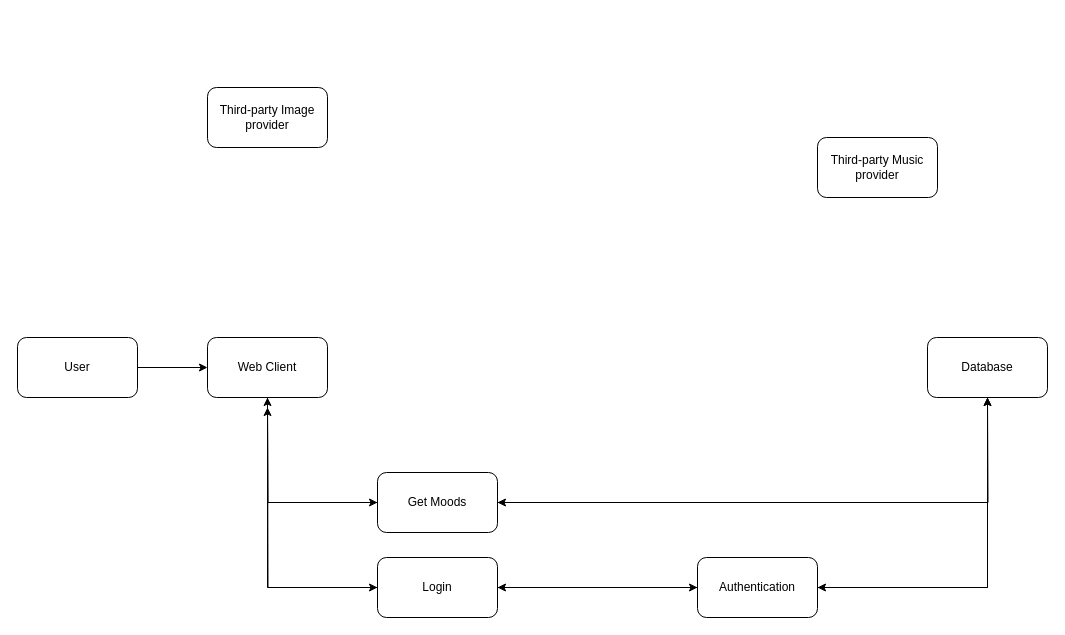
The draw.io diagram Untitled Diagram.drawio in Grrom/lofi-moods-erd-stuff, before the edit. Source tidied: cells renumbered, new cells numbered last; positions are measured from the earlier drawing's top-left corner, leaving out a move shared by most shapes. Both pictures are drawn from the tidied source at 100%, with x=0, y=0 at pixel (17, 87).
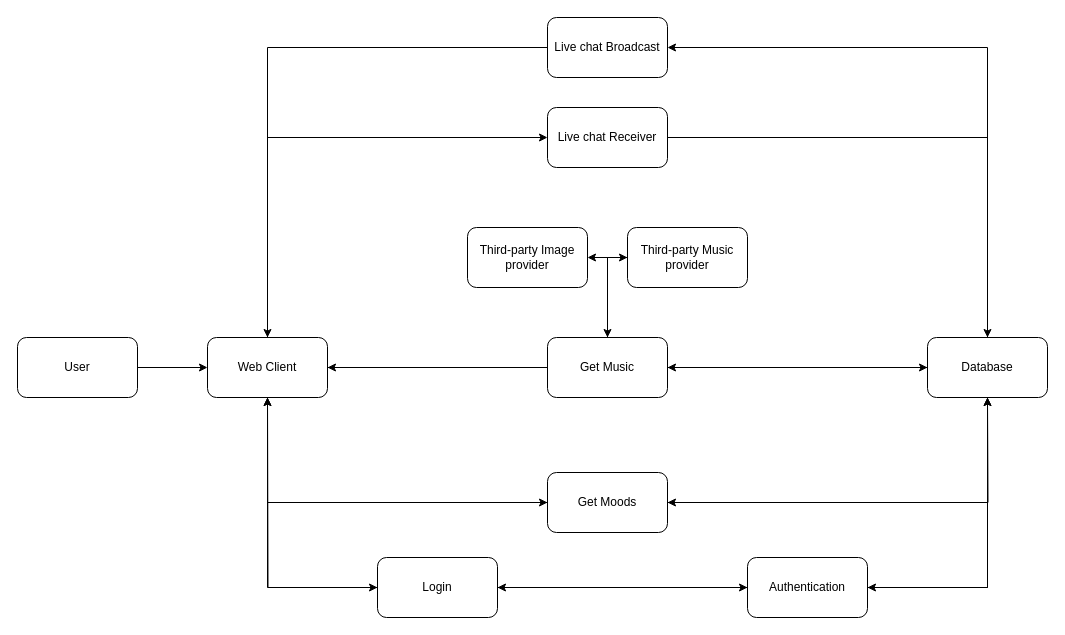
The same diagram, later.

Commit message:
complete user

The change refers to these unchanged cells:
```xml
<mxCell id="6" value="Web Client" style="rounded=1;whiteSpace=wrap;html=1;" parent="1" vertex="1">
  <mxGeometry x="190" y="250" width="120" height="60" as="geometry" />
</mxCell>
<mxCell id="12" value="Database" style="rounded=1;whiteSpace=wrap;html=1;" parent="1" vertex="1">
  <mxGeometry x="910" y="250" width="120" height="60" as="geometry" />
</mxCell>
```

Change to the diagram source:
```diff
@@
+    <mxCell id="21" style="edgeStyle=orthogonalEdgeStyle;rounded=0;jettySize=auto;html=1;" parent="1" edge="1" source="6">
+      <mxGeometry relative="1" as="geometry">
+        <mxPoint x="620" y="280" as="targetPoint" />
+      </mxGeometry>
+    </mxCell>
+    <mxCell id="22" style="edgeStyle=orthogonalEdgeStyle;rounded=0;jettySize=auto;html=1;entryX=0;entryY=0.5;entryDx=0;entryDy=0;" parent="1" edge="1" source="6" target="32">
+      <mxGeometry relative="1" as="geometry">
+        <Array as="points">
+          <mxPoint x="250" y="50" />
+        </Array>
+      </mxGeometry>
+    </mxCell>
@@
+    <mxCell id="23" style="edgeStyle=orthogonalEdgeStyle;rounded=0;jettySize=auto;html=1;entryX=1;entryY=0.5;entryDx=0;entryDy=0;" parent="1" edge="1" source="12" target="30">
+      <mxGeometry relative="1" as="geometry" />
+    </mxCell>
+    <mxCell id="24" style="edgeStyle=orthogonalEdgeStyle;rounded=0;jettySize=auto;html=1;entryX=1;entryY=0.5;entryDx=0;entryDy=0;" parent="1" edge="1" source="12" target="34">
+      <mxGeometry relative="1" as="geometry">
+        <Array as="points">
+          <mxPoint x="970" y="-40" />
+        </Array>
+      </mxGeometry>
+    </mxCell>
@@
     <mxCell id="15" value="Authentication" style="rounded=1;whiteSpace=wrap;html=1;" parent="1" vertex="1">
-      <mxGeometry x="680" y="470" width="120" height="60" as="geometry" />
+      <mxGeometry x="730" y="470" width="120" height="60" as="geometry" />
     </mxCell>
     <mxCell id="16" value="Third-party Image provider" style="rounded=1;whiteSpace=wrap;html=1;" parent="1" vertex="1">
-      <mxGeometry x="190" width="120" height="60" as="geometry" />
+      <mxGeometry x="450" y="140" width="120" height="60" as="geometry" />
     </mxCell>
@@
-    <mxCell id="18" style="edgeStyle=orthogonalEdgeStyle;rounded=0;jettySize=auto;html=1;" parent="1" edge="1" source="19">
-      <mxGeometry relative="1" as="geometry">
-        <mxPoint x="250" y="320" as="targetPoint" />
-      </mxGeometry>
+    <mxCell id="18" style="edgeStyle=orthogonalEdgeStyle;rounded=0;jettySize=auto;html=1;entryX=0.5;entryY=1;entryDx=0;entryDy=0;" parent="1" edge="1" source="19" target="6">
+      <mxGeometry relative="1" as="geometry" />
     </mxCell>
     <mxCell id="19" value="Get Moods" style="rounded=1;whiteSpace=wrap;html=1;" parent="1" vertex="1">
-      <mxGeometry x="360" y="385" width="120" height="60" as="geometry" />
+      <mxGeometry x="530" y="385" width="120" height="60" as="geometry" />
     </mxCell>
+    <mxCell id="25" style="edgeStyle=orthogonalEdgeStyle;rounded=0;jettySize=auto;html=1;entryX=0.5;entryY=0;entryDx=0;entryDy=0;" parent="1" edge="1" source="20" target="30">
+      <mxGeometry relative="1" as="geometry">
+        <Array as="points">
+          <mxPoint x="590" y="170" />
+        </Array>
+      </mxGeometry>
+    </mxCell>
     <mxCell id="20" value="Third-party Music provider" style="rounded=1;whiteSpace=wrap;html=1;" parent="1" vertex="1">
-      <mxGeometry x="800" y="50" width="120" height="60" as="geometry" />
+      <mxGeometry x="610" y="140" width="120" height="60" as="geometry" />
     </mxCell>
+    <mxCell id="26" style="edgeStyle=orthogonalEdgeStyle;rounded=0;jettySize=auto;html=1;entryX=0;entryY=0.5;entryDx=0;entryDy=0;" parent="1" edge="1" source="30" target="12">
+      <mxGeometry relative="1" as="geometry" />
+    </mxCell>
+    <mxCell id="27" style="edgeStyle=orthogonalEdgeStyle;rounded=0;jettySize=auto;html=1;" parent="1" edge="1" source="30">
+      <mxGeometry relative="1" as="geometry">
+        <mxPoint x="310" y="280" as="targetPoint" />
+      </mxGeometry>
+    </mxCell>
+    <mxCell id="28" style="edgeStyle=orthogonalEdgeStyle;rounded=0;jettySize=auto;html=1;entryX=0;entryY=0.5;entryDx=0;entryDy=0;" parent="1" edge="1" source="30" target="20">
+      <mxGeometry relative="1" as="geometry" />
+    </mxCell>
+    <mxCell id="29" style="edgeStyle=orthogonalEdgeStyle;rounded=0;jettySize=auto;html=1;entryX=1;entryY=0.5;entryDx=0;entryDy=0;" parent="1" edge="1" source="30" target="16">
+      <mxGeometry relative="1" as="geometry" />
+    </mxCell>
+    <mxCell id="30" value="Get Music" style="rounded=1;whiteSpace=wrap;html=1;" parent="1" vertex="1">
+      <mxGeometry x="530" y="250" width="120" height="60" as="geometry" />
+    </mxCell>
+    <mxCell id="31" style="edgeStyle=orthogonalEdgeStyle;rounded=0;jettySize=auto;html=1;entryX=0.5;entryY=0;entryDx=0;entryDy=0;" parent="1" edge="1" source="32" target="12">
+      <mxGeometry relative="1" as="geometry" />
+    </mxCell>
+    <mxCell id="32" value="Live chat Receiver" style="rounded=1;whiteSpace=wrap;html=1;" parent="1" vertex="1">
+      <mxGeometry x="530" y="20" width="120" height="60" as="geometry" />
+    </mxCell>
+    <mxCell id="33" style="edgeStyle=orthogonalEdgeStyle;rounded=0;jettySize=auto;html=1;entryX=0.5;entryY=0;entryDx=0;entryDy=0;" parent="1" edge="1" source="34" target="6">
+      <mxGeometry relative="1" as="geometry" />
+    </mxCell>
+    <mxCell id="34" value="Live chat Broadcast" style="rounded=1;whiteSpace=wrap;html=1;" parent="1" vertex="1">
+      <mxGeometry x="530" y="-70" width="120" height="60" as="geometry" />
+    </mxCell>
```
